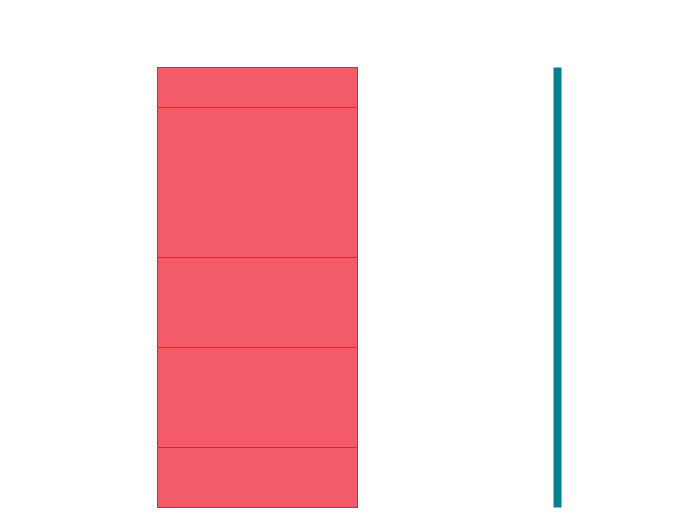
This is MMIO.drawio from Yongibaoi/100-gdb-tips, a draw.io file, before an edit. Source tidied: cells renumbered, new cells numbered last; positions are measured from the earlier drawing's top-left corner, leaving out a move shared by most shapes. Both pictures are drawn from the tidied source at 100%, with x=0, y=0 at pixel (157, 67).
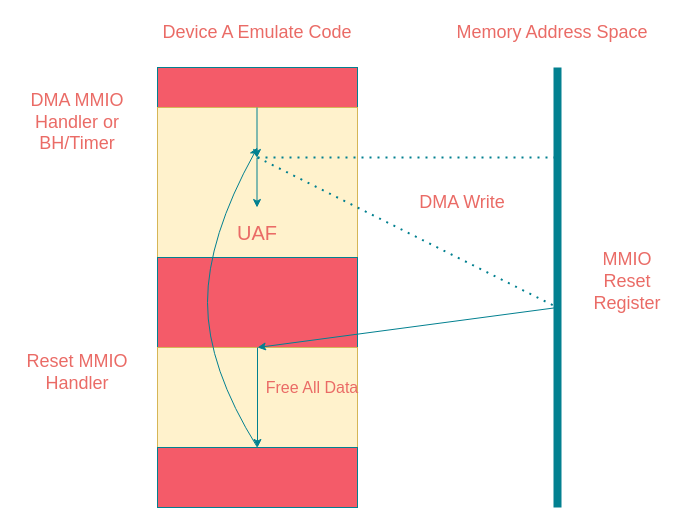
Above is the later version.

Unchanged cells that the change refers to:
```xml
<mxCell id="5" style="rounded=0;whiteSpace=wrap;html=1;strokeColor=#028090;fontColor=#E4FDE1;fillColor=#F45B69;" parent="1" vertex="1">
  <mxGeometry y="190" width="200" height="90" as="geometry" />
</mxCell>
```

Change to the diagram source:
```diff
@@
-    <mxCell id="4" style="rounded=0;whiteSpace=wrap;html=1;strokeColor=#028090;fontColor=#E4FDE1;fillColor=#F45B69;" parent="1" vertex="1">
+    <mxCell id="4" style="rounded=0;whiteSpace=wrap;html=1;strokeColor=#d6b656;fillColor=#fff2cc;" parent="1" vertex="1">
       <mxGeometry y="40" width="200" height="150" as="geometry" />
     </mxCell>
@@
-    <mxCell id="6" style="rounded=0;whiteSpace=wrap;html=1;strokeColor=#028090;fontColor=#E4FDE1;fillColor=#F45B69;" parent="1" vertex="1">
+    <mxCell id="6" style="rounded=0;whiteSpace=wrap;html=1;strokeColor=#d6b656;fillColor=#fff2cc;" parent="1" vertex="1">
       <mxGeometry y="280" width="200" height="100" as="geometry" />
     </mxCell>
@@
+    <mxCell id="8" value="&lt;font style=&quot;font-size: 18px;&quot; color=&quot;#EA6B66&quot;&gt;Memory Address Space&lt;br&gt;&lt;/font&gt;" style="text;html=1;strokeColor=none;fillColor=none;align=center;verticalAlign=middle;whiteSpace=wrap;rounded=0;fontColor=#E4FDE1;" parent="1" vertex="1">
+      <mxGeometry x="290" y="-50" width="210" height="30" as="geometry" />
+    </mxCell>
+    <mxCell id="9" value="&lt;div style=&quot;font-size: 18px;&quot;&gt;&lt;font style=&quot;font-size: 18px;&quot; color=&quot;#EA6B66&quot;&gt;MMIO Reset Register&lt;/font&gt;&lt;/div&gt;&lt;div style=&quot;font-size: 18px;&quot;&gt;&lt;font style=&quot;font-size: 18px;&quot; color=&quot;#EA6B66&quot;&gt;&lt;br&gt;&lt;/font&gt;&lt;/div&gt;" style="text;html=1;strokeColor=none;fillColor=none;align=center;verticalAlign=middle;whiteSpace=wrap;rounded=0;fontColor=#E4FDE1;" parent="1" vertex="1">
+      <mxGeometry x="440" y="210" width="60" height="30" as="geometry" />
+    </mxCell>
+    <mxCell id="10" value="&lt;font style=&quot;font-size: 18px;&quot; color=&quot;#EA6B66&quot;&gt;Device A Emulate Code&lt;br&gt;&lt;/font&gt;" style="text;html=1;strokeColor=none;fillColor=none;align=center;verticalAlign=middle;whiteSpace=wrap;rounded=0;fontColor=#E4FDE1;" parent="1" vertex="1">
+      <mxGeometry x="-15" y="-50" width="230" height="30" as="geometry" />
+    </mxCell>
+    <mxCell id="11" value="&lt;font style=&quot;font-size: 18px;&quot; color=&quot;#EA6B66&quot;&gt;DMA MMIO Handler or BH/Timer&lt;br&gt;&lt;/font&gt;" style="text;html=1;strokeColor=none;fillColor=none;align=center;verticalAlign=middle;whiteSpace=wrap;rounded=0;fontColor=#E4FDE1;" parent="1" vertex="1">
+      <mxGeometry x="-130" y="40" width="100" height="30" as="geometry" />
+    </mxCell>
+    <mxCell id="12" value="&lt;font style=&quot;font-size: 18px;&quot; color=&quot;#EA6B66&quot;&gt;Reset MMIO Handler&lt;br&gt;&lt;/font&gt;" style="text;html=1;strokeColor=none;fillColor=none;align=center;verticalAlign=middle;whiteSpace=wrap;rounded=0;fontColor=#E4FDE1;" parent="1" vertex="1">
+      <mxGeometry x="-140" y="290" width="120" height="30" as="geometry" />
+    </mxCell>
+    <mxCell id="13" style="endArrow=classic;html=1;rounded=0;strokeColor=#028090;fontColor=#E4FDE1;fillColor=#F45B69;" parent="1" edge="1">
+      <mxGeometry relative="1" as="geometry">
+        <mxPoint x="99.5" y="40" as="sourcePoint" />
+        <mxPoint x="99.5" y="90" as="targetPoint" />
+      </mxGeometry>
+    </mxCell>
+    <mxCell id="14" style="endArrow=classic;html=1;rounded=0;strokeColor=#028090;fontColor=#E4FDE1;fillColor=#F45B69;" parent="1" edge="1">
+      <mxGeometry relative="1" as="geometry">
+        <mxPoint x="99.5" y="90" as="sourcePoint" />
+        <mxPoint x="99.5" y="140" as="targetPoint" />
+      </mxGeometry>
+    </mxCell>
+    <mxCell id="15" style="endArrow=classic;html=1;rounded=0;strokeColor=#028090;fontColor=#E4FDE1;fillColor=#F45B69;exitX=0.5;exitY=0;exitDx=0;exitDy=0;entryX=0.5;entryY=1;entryDx=0;entryDy=0;" parent="1" edge="1" source="6" target="6">
+      <mxGeometry relative="1" as="geometry" />
+    </mxCell>
+    <mxCell id="16" style="endArrow=none;dashed=1;html=1;dashPattern=1 3;strokeWidth=2;rounded=0;strokeColor=#028090;fontColor=#E4FDE1;fillColor=#F45B69;" parent="1" edge="1">
+      <mxGeometry relative="1" as="geometry">
+        <mxPoint x="100" y="90" as="sourcePoint" />
+        <mxPoint x="400" y="90" as="targetPoint" />
+      </mxGeometry>
+    </mxCell>
+    <mxCell id="17" style="endArrow=none;dashed=1;html=1;dashPattern=1 3;strokeWidth=2;rounded=0;strokeColor=#028090;fontColor=#E4FDE1;fillColor=#F45B69;" parent="1" edge="1">
+      <mxGeometry relative="1" as="geometry">
+        <mxPoint x="100" y="90" as="sourcePoint" />
+        <mxPoint x="400" y="240" as="targetPoint" />
+      </mxGeometry>
+    </mxCell>
+    <mxCell id="18" style="endArrow=classic;html=1;rounded=0;strokeColor=#028090;fontColor=#E4FDE1;fillColor=#F45B69;entryX=0.5;entryY=1;entryDx=0;entryDy=0;" parent="1" edge="1" target="5">
+      <mxGeometry relative="1" as="geometry">
+        <mxPoint x="400" y="240" as="sourcePoint" />
+      </mxGeometry>
+    </mxCell>
+    <mxCell id="19" style="curved=1;endArrow=classic;html=1;rounded=0;strokeColor=#028090;fontColor=#E4FDE1;fillColor=#F45B69;exitX=0.5;exitY=1;exitDx=0;exitDy=0;" parent="1" edge="1" source="6">
+      <mxGeometry relative="1" as="geometry">
+        <mxPoint x="100" y="80" as="targetPoint" />
+        <Array as="points">
+          <mxPoint x="50" y="300" />
+          <mxPoint x="50" y="170" />
+        </Array>
+      </mxGeometry>
+    </mxCell>
+    <mxCell id="20" value="&lt;font color=&quot;#EA6B66&quot;&gt;&lt;font style=&quot;font-size: 20px;&quot;&gt;&lt;font style=&quot;font-size: 20px;&quot;&gt;UAF&lt;/font&gt;&lt;/font&gt;&lt;/font&gt;" style="text;html=1;strokeColor=none;fillColor=none;align=center;verticalAlign=middle;whiteSpace=wrap;rounded=0;fontColor=#E4FDE1;" parent="1" vertex="1">
+      <mxGeometry x="70" y="150" width="60" height="30" as="geometry" />
+    </mxCell>
+    <mxCell id="21" value="&lt;font style=&quot;font-size: 16px;&quot; color=&quot;#EA6B66&quot;&gt;Free All Data&lt;br&gt;&lt;/font&gt;" style="text;html=1;strokeColor=none;fillColor=none;align=center;verticalAlign=middle;whiteSpace=wrap;rounded=0;fontColor=#E4FDE1;" parent="1" vertex="1">
+      <mxGeometry x="100" y="305" width="110" height="30" as="geometry" />
+    </mxCell>
+    <mxCell id="22" value="&lt;font style=&quot;font-size: 18px;&quot; color=&quot;#EA6B66&quot;&gt;DMA Write&lt;br&gt;&lt;/font&gt;" style="text;html=1;strokeColor=none;fillColor=none;align=center;verticalAlign=middle;whiteSpace=wrap;rounded=0;fontColor=#E4FDE1;" parent="1" vertex="1">
+      <mxGeometry x="230" y="120" width="150" height="30" as="geometry" />
+    </mxCell>
```
